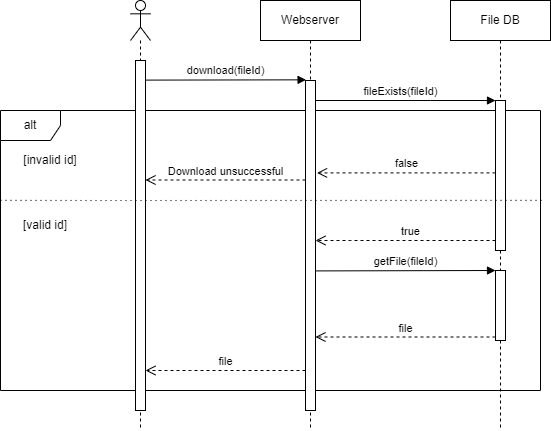
Above: Diagrams/sequence/download.png in rittakos/CreaTeam-ComputerSecurity (draw.io), before the change. Source tidied: cells renumbered, new cells last; positions are measured from the earlier drawing's top-left corner, leaving out a move shared by most shapes.
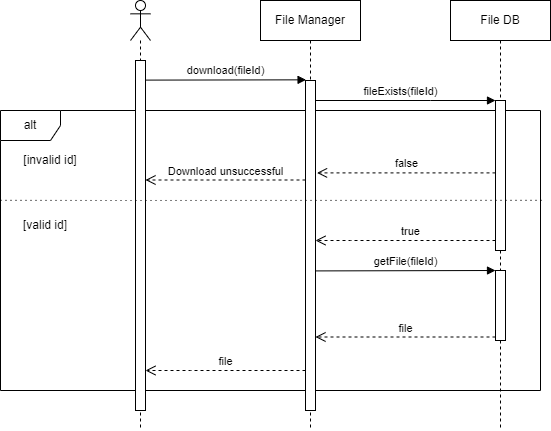
Above is the later version.

Change to the diagram source:
```diff
@@ -5,7 +5,7 @@
     <mxCell id="2" value="alt" style="shape=umlFrame;whiteSpace=wrap;html=1;" parent="1" vertex="1">
       <mxGeometry y="110" width="540" height="280" as="geometry" />
     </mxCell>
-    <mxCell id="3" value="Webserver" style="shape=umlLifeline;perimeter=lifelinePerimeter;whiteSpace=wrap;html=1;" parent="1" vertex="1">
+    <mxCell id="3" value="File Manager" style="shape=umlLifeline;perimeter=lifelinePerimeter;whiteSpace=wrap;html=1;" parent="1" vertex="1">
       <mxGeometry x="260" width="100" height="430" as="geometry" />
     </mxCell>
     <mxCell id="4" style="html=1;points=[];perimeter=orthogonalPerimeter;" parent="3" vertex="1">
```
